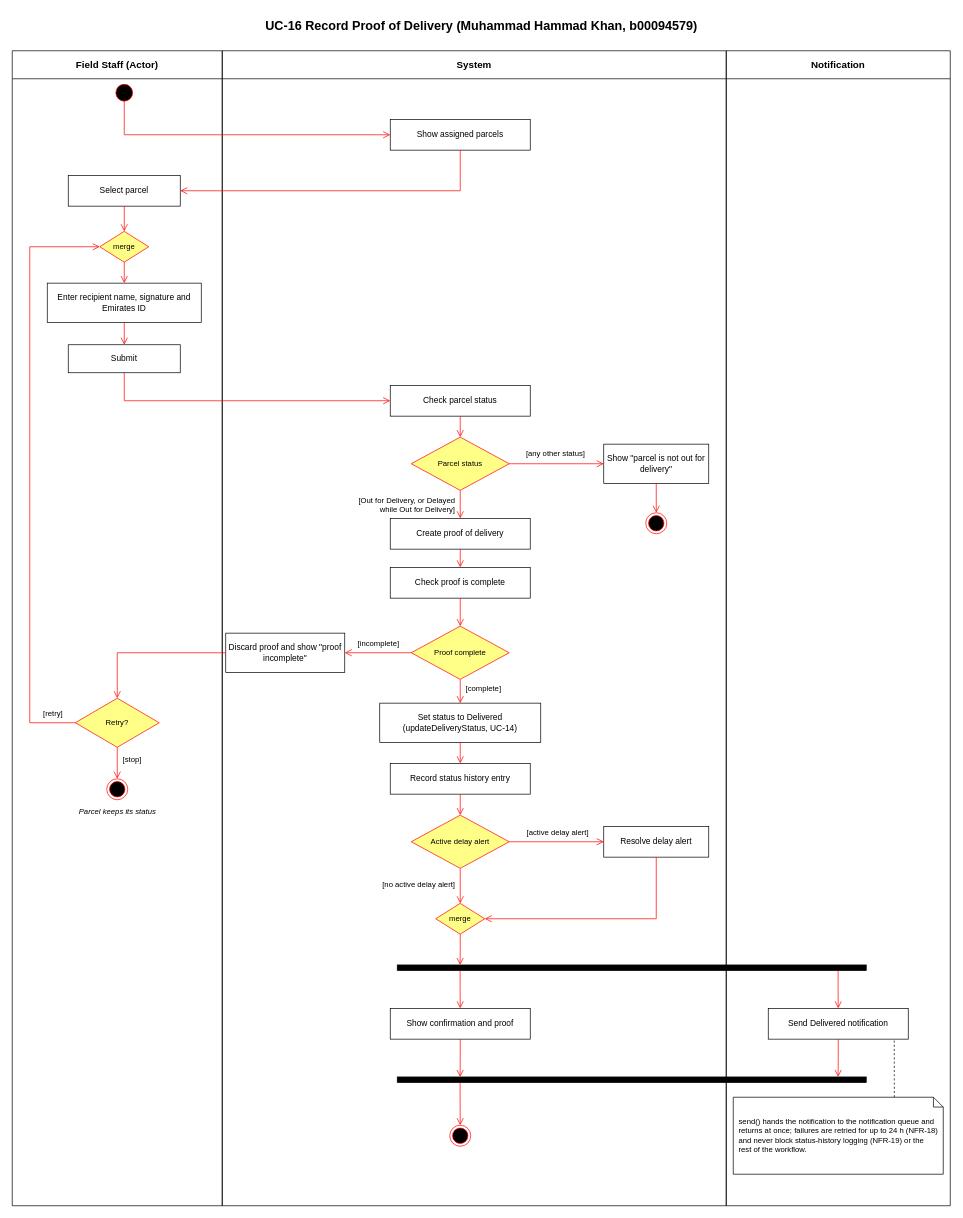
Above: Project/Behavioral_Modeling/Activity_Diagrams/AD_UC-16_Record_Proof_of_Delivery.drawio in COE420-Team10-F26/Courier_parcel_tracking_system (draw.io), before the change. Source tidied: cells renumbered, new cells numbered last; positions are measured from the earlier drawing's top-left corner, leaving out a move shared by most shapes. Both pictures are drawn from the tidied source at 70%, with x=0, y=0 at pixel (12, 12).
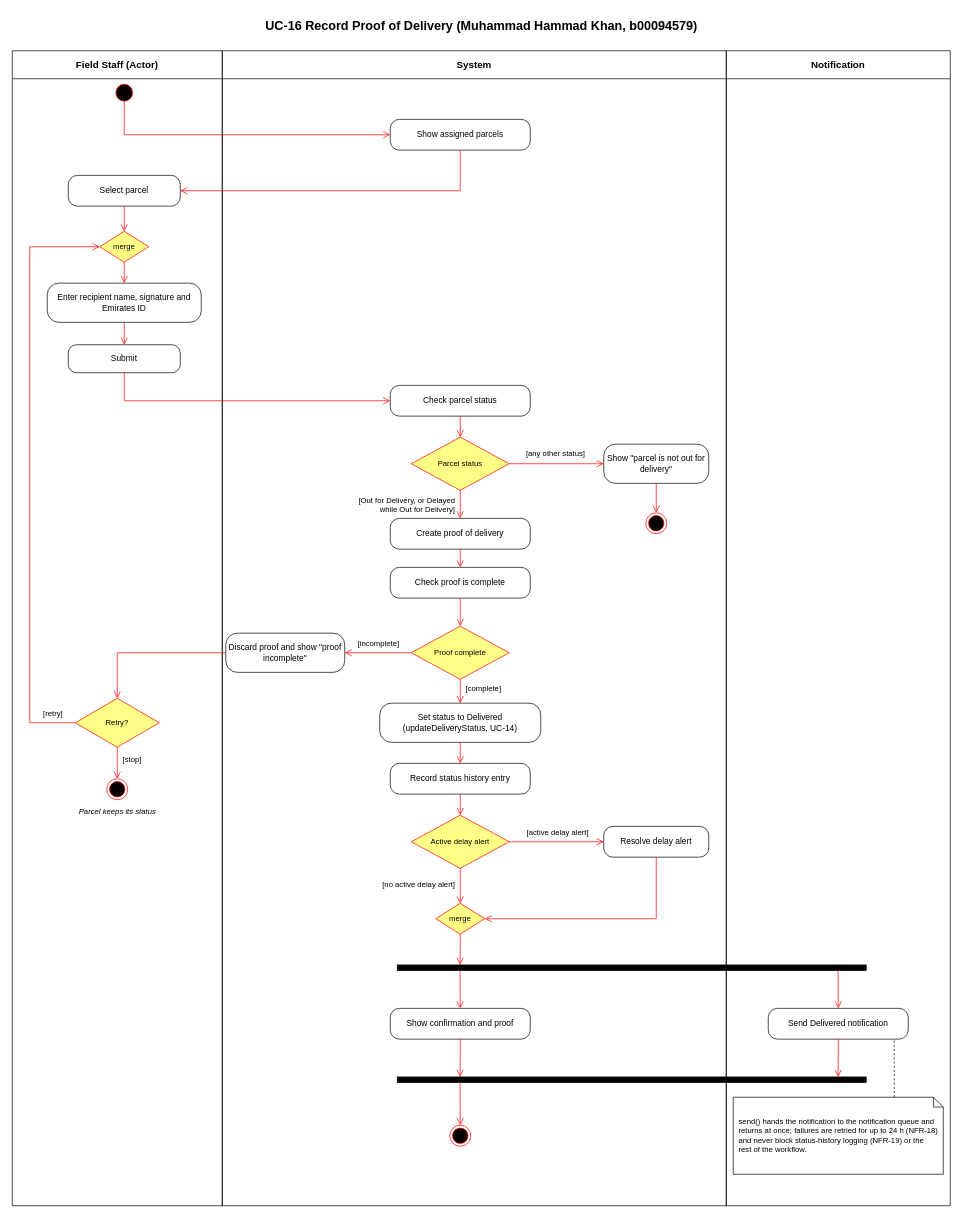
The same page after the edit.

What changed in the source:
```diff
@@
-    <mxCell id="7" value="Show assigned parcels" style="rounded=0;whiteSpace=wrap;html=1;fontSize=12;fillColor=#FFFFFF;strokeColor=#000000;" parent="1" vertex="1">
+    <mxCell id="7" value="Show assigned parcels" style="rounded=1;arcSize=30;whiteSpace=wrap;html=1;fontSize=12;fillColor=#FFFFFF;strokeColor=#000000;" parent="1" vertex="1">
       <mxGeometry x="540" y="153" width="200" height="44" as="geometry" />
     </mxCell>
-    <mxCell id="8" value="Select parcel" style="rounded=0;whiteSpace=wrap;html=1;fontSize=12;fillColor=#FFFFFF;strokeColor=#000000;" parent="1" vertex="1">
+    <mxCell id="8" value="Select parcel" style="rounded=1;arcSize=30;whiteSpace=wrap;html=1;fontSize=12;fillColor=#FFFFFF;strokeColor=#000000;" parent="1" vertex="1">
       <mxGeometry x="80" y="233" width="160" height="44" as="geometry" />
     </mxCell>
@@
-    <mxCell id="10" value="Enter recipient name, signature and Emirates ID" style="rounded=0;whiteSpace=wrap;html=1;fontSize=12;fillColor=#FFFFFF;strokeColor=#000000;" parent="1" vertex="1">
+    <mxCell id="10" value="Enter recipient name, signature and Emirates ID" style="rounded=1;arcSize=30;whiteSpace=wrap;html=1;fontSize=12;fillColor=#FFFFFF;strokeColor=#000000;" parent="1" vertex="1">
       <mxGeometry x="50" y="387" width="220" height="56" as="geometry" />
     </mxCell>
-    <mxCell id="11" value="Submit" style="rounded=0;whiteSpace=wrap;html=1;fontSize=12;fillColor=#FFFFFF;strokeColor=#000000;" parent="1" vertex="1">
+    <mxCell id="11" value="Submit" style="rounded=1;arcSize=30;whiteSpace=wrap;html=1;fontSize=12;fillColor=#FFFFFF;strokeColor=#000000;" parent="1" vertex="1">
       <mxGeometry x="80" y="475" width="160" height="40" as="geometry" />
     </mxCell>
-    <mxCell id="12" value="Check parcel status" style="rounded=0;whiteSpace=wrap;html=1;fontSize=12;fillColor=#FFFFFF;strokeColor=#000000;" parent="1" vertex="1">
+    <mxCell id="12" value="Check parcel status" style="rounded=1;arcSize=30;whiteSpace=wrap;html=1;fontSize=12;fillColor=#FFFFFF;strokeColor=#000000;" parent="1" vertex="1">
       <mxGeometry x="540" y="533" width="200" height="44" as="geometry" />
     </mxCell>
@@
-    <mxCell id="14" value="Show &quot;parcel is not out for delivery&quot;" style="rounded=0;whiteSpace=wrap;html=1;fontSize=12;fillColor=#FFFFFF;strokeColor=#000000;" parent="1" vertex="1">
+    <mxCell id="14" value="Show &quot;parcel is not out for delivery&quot;" style="rounded=1;arcSize=30;whiteSpace=wrap;html=1;fontSize=12;fillColor=#FFFFFF;strokeColor=#000000;" parent="1" vertex="1">
       <mxGeometry x="845" y="617" width="150" height="56" as="geometry" />
     </mxCell>
@@
-    <mxCell id="16" value="Create proof of delivery" style="rounded=0;whiteSpace=wrap;html=1;fontSize=12;fillColor=#FFFFFF;strokeColor=#000000;" parent="1" vertex="1">
+    <mxCell id="16" value="Create proof of delivery" style="rounded=1;arcSize=30;whiteSpace=wrap;html=1;fontSize=12;fillColor=#FFFFFF;strokeColor=#000000;" parent="1" vertex="1">
       <mxGeometry x="540" y="723" width="200" height="44" as="geometry" />
     </mxCell>
-    <mxCell id="17" value="Check proof is complete" style="rounded=0;whiteSpace=wrap;html=1;fontSize=12;fillColor=#FFFFFF;strokeColor=#000000;" parent="1" vertex="1">
+    <mxCell id="17" value="Check proof is complete" style="rounded=1;arcSize=30;whiteSpace=wrap;html=1;fontSize=12;fillColor=#FFFFFF;strokeColor=#000000;" parent="1" vertex="1">
       <mxGeometry x="540" y="793" width="200" height="44" as="geometry" />
     </mxCell>
@@
-    <mxCell id="19" value="Discard proof and show &quot;proof incomplete&quot;" style="rounded=0;whiteSpace=wrap;html=1;fontSize=12;fillColor=#FFFFFF;strokeColor=#000000;" parent="1" vertex="1">
+    <mxCell id="19" value="Discard proof and show &quot;proof incomplete&quot;" style="rounded=1;arcSize=30;whiteSpace=wrap;html=1;fontSize=12;fillColor=#FFFFFF;strokeColor=#000000;" parent="1" vertex="1">
       <mxGeometry x="305" y="887" width="170" height="56" as="geometry" />
     </mxCell>
@@
-    <mxCell id="22" value="Set status to Delivered (updateDeliveryStatus, UC-14)" style="rounded=0;whiteSpace=wrap;html=1;fontSize=12;fillColor=#FFFFFF;strokeColor=#000000;" parent="1" vertex="1">
+    <mxCell id="22" value="Set status to Delivered (updateDeliveryStatus, UC-14)" style="rounded=1;arcSize=30;whiteSpace=wrap;html=1;fontSize=12;fillColor=#FFFFFF;strokeColor=#000000;" parent="1" vertex="1">
       <mxGeometry x="525" y="987" width="230" height="56" as="geometry" />
     </mxCell>
-    <mxCell id="23" value="Record status history entry" style="rounded=0;whiteSpace=wrap;html=1;fontSize=12;fillColor=#FFFFFF;strokeColor=#000000;" parent="1" vertex="1">
+    <mxCell id="23" value="Record status history entry" style="rounded=1;arcSize=30;whiteSpace=wrap;html=1;fontSize=12;fillColor=#FFFFFF;strokeColor=#000000;" parent="1" vertex="1">
       <mxGeometry x="540" y="1073" width="200" height="44" as="geometry" />
     </mxCell>
@@
-    <mxCell id="25" value="Resolve delay alert" style="rounded=0;whiteSpace=wrap;html=1;fontSize=12;fillColor=#FFFFFF;strokeColor=#000000;" parent="1" vertex="1">
+    <mxCell id="25" value="Resolve delay alert" style="rounded=1;arcSize=30;whiteSpace=wrap;html=1;fontSize=12;fillColor=#FFFFFF;strokeColor=#000000;" parent="1" vertex="1">
       <mxGeometry x="845" y="1163" width="150" height="44" as="geometry" />
     </mxCell>
@@
-    <mxCell id="28" value="Show confirmation and proof" style="rounded=0;whiteSpace=wrap;html=1;fontSize=12;fillColor=#FFFFFF;strokeColor=#000000;" parent="1" vertex="1">
+    <mxCell id="28" value="Show confirmation and proof" style="rounded=1;arcSize=30;whiteSpace=wrap;html=1;fontSize=12;fillColor=#FFFFFF;strokeColor=#000000;" parent="1" vertex="1">
       <mxGeometry x="540" y="1423" width="200" height="44" as="geometry" />
     </mxCell>
-    <mxCell id="29" value="Send Delivered notification" style="rounded=0;whiteSpace=wrap;html=1;fontSize=12;fillColor=#FFFFFF;strokeColor=#000000;" parent="1" vertex="1">
+    <mxCell id="29" value="Send Delivered notification" style="rounded=1;arcSize=30;whiteSpace=wrap;html=1;fontSize=12;fillColor=#FFFFFF;strokeColor=#000000;" parent="1" vertex="1">
       <mxGeometry x="1080" y="1423" width="200" height="44" as="geometry" />
     </mxCell>
```
